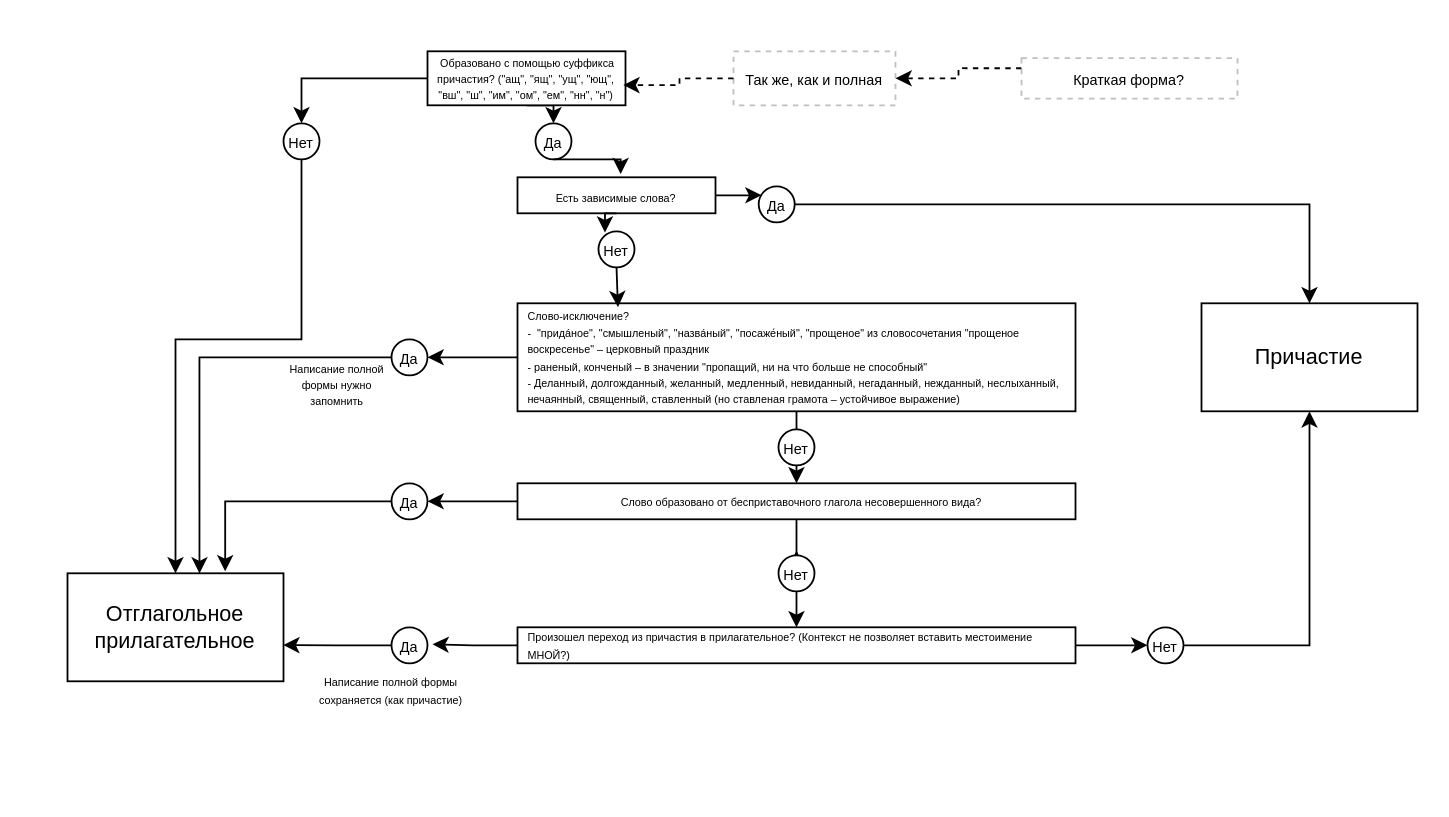
Earlier version of the draw.io diagram app/public/diagrams/ru/01/01.drawio.xml (stillwaiting/zhi-shi.ai). Source tidied: cells renumbered, new cells numbered last; positions are measured from the earlier drawing's top-left corner, leaving out a move shared by most shapes. Both pictures are drawn from the tidied source at 180%, with x=0, y=0 at pixel (67, 50).
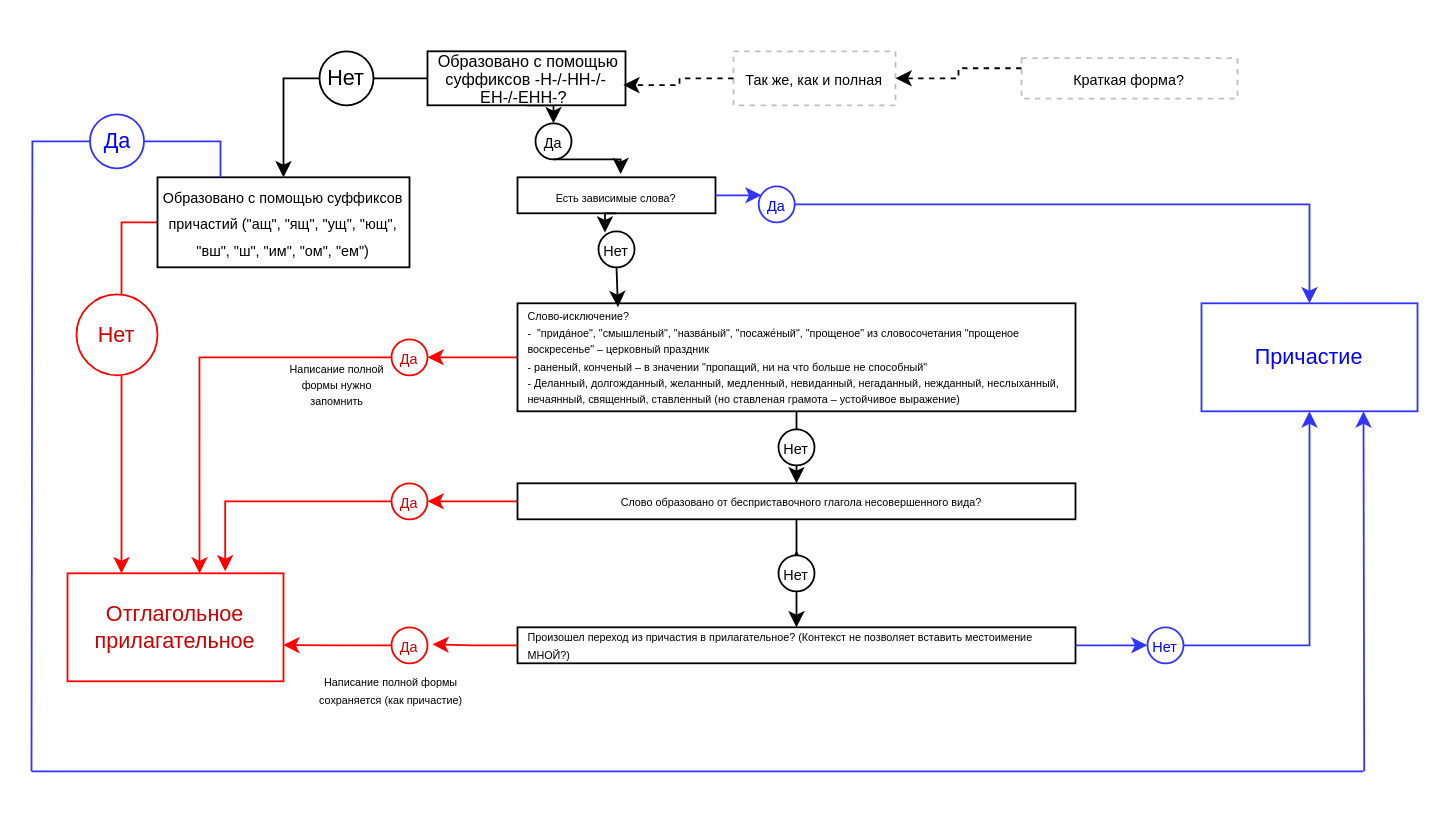
The same page after the edit.

Unchanged cells that the change refers to:
```xml
<mxCell id="8" value="&lt;font style=&quot;font-size: 6px;&quot;&gt;Есть зависимые слова?&lt;br&gt;&lt;/font&gt;" style="rounded=0;whiteSpace=wrap;html=1;spacing=1;verticalAlign=middle;" parent="1" vertex="1">
  <mxGeometry x="250" y="70" width="110" height="20" as="geometry" />
</mxCell>
<mxCell id="13" value="&lt;div style=&quot;text-align: left; line-height: 60%;&quot;&gt;&lt;span style=&quot;background-color: initial; font-size: 6px;&quot;&gt;Слово-исключение?&amp;nbsp;&lt;/span&gt;&lt;/div&gt;&lt;div style=&quot;text-align: left; line-height: 60%;&quot;&gt;&lt;span style=&quot;font-size: 6px; background-color: initial;&quot;&gt;-&amp;nbsp; &quot;придáное&quot;, &quot;смышленый&quot;, &quot;назвáный&quot;, &quot;посаже́ный&quot;, &quot;прощеное&quot; из словосочетания &quot;прощеное воскресенье&quot; – церковный праздник&lt;/span&gt;&lt;/div&gt;&lt;font style=&quot;&quot;&gt;&lt;div style=&quot;text-align: left; line-height: 60%;&quot;&gt;&lt;span style=&quot;font-size: 6px;&quot;&gt;- раненый, конченый – в значении &quot;пропащий, ни на что больше не способный&quot;&lt;/span&gt;&lt;/div&gt;&lt;div style=&quot;text-align: left; line-height: 60%;&quot;&gt;&lt;span style=&quot;font-size: 6px;&quot;&gt;- Деланный, долгожданный, желанный, медленный, невиданный, негаданный, нежданный, неслыханный, нечаянный, священный, ставленный (но ставленая грамота – устойчивое выражение)&lt;/span&gt;&lt;/div&gt;&lt;/font&gt;" style="rounded=0;whiteSpace=wrap;html=1;spacing=1;verticalAlign=middle;perimeterSpacing=0;strokeWidth=1;spacingLeft=6;" parent="1" vertex="1">
  <mxGeometry x="250" y="140" width="310" height="60" as="geometry" />
</mxCell>
<mxCell id="17" value="&lt;div style=&quot;text-align: left; line-height: 60%;&quot;&gt;&lt;span style=&quot;font-size: 6px;&quot;&gt;Слово образовано от бесприставочного глагола несовершенного вида?&lt;/span&gt;&lt;/div&gt;" style="rounded=0;whiteSpace=wrap;html=1;spacing=1;verticalAlign=middle;perimeterSpacing=0;strokeWidth=1;spacingLeft=6;" parent="1" vertex="1">
  <mxGeometry x="250" y="240" width="310" height="20" as="geometry" />
</mxCell>
<mxCell id="20" value="&lt;div style=&quot;text-align: left; line-height: 60%;&quot;&gt;&lt;span style=&quot;font-size: 6px;&quot;&gt;Произошел переход из причастия в прилагательное? (Контекст не позволяет вставить местоимение МНОЙ?)&lt;/span&gt;&lt;/div&gt;" style="rounded=0;whiteSpace=wrap;html=1;spacing=1;verticalAlign=middle;perimeterSpacing=0;strokeWidth=1;spacingLeft=6;" parent="1" vertex="1">
  <mxGeometry x="250" y="320" width="310" height="20" as="geometry" />
</mxCell>
```

What changed in the source:
```diff
@@
-    <mxCell id="2" style="edgeStyle=orthogonalEdgeStyle;rounded=0;jettySize=auto;html=1;exitX=0;exitY=0.5;exitDx=0;exitDy=0;" parent="1" edge="1" source="4" target="6">
-      <mxGeometry relative="1" as="geometry" />
-    </mxCell>
@@
+    <mxCell id="44" style="edgeStyle=orthogonalEdgeStyle;rounded=0;jettySize=auto;html=1;exitX=0;exitY=0.5;exitDx=0;exitDy=0;entryX=0.5;entryY=0;entryDx=0;entryDy=0;" parent="1" edge="1" source="4" target="48">
+      <mxGeometry relative="1" as="geometry" />
+    </mxCell>
-    <mxCell id="4" value="&lt;p style=&quot;line-height: 60%;&quot;&gt;&lt;font style=&quot;font-size: 6px;&quot;&gt;&amp;nbsp;Образовано с помощью суффикса причастия? (&quot;ащ&quot;, &quot;ящ&quot;, &quot;ущ&quot;, &quot;ющ&quot;, &quot;вш&quot;, &quot;ш&quot;, &quot;им&quot;, &quot;ом&quot;, &quot;ем&quot;, &quot;нн&quot;, &quot;н&quot;)&lt;/font&gt;&lt;/p&gt;" style="rounded=0;whiteSpace=wrap;html=1;spacing=1;verticalAlign=middle;" parent="1" vertex="1">
+    <mxCell id="4" value="&lt;p style=&quot;line-height: 90%;&quot;&gt;&lt;font style=&quot;font-size: 9px;&quot;&gt;&amp;nbsp;Образовано с помощью суффиксов -Н-/-НН-/-ЕН-/-ЕНН-?&amp;nbsp;&lt;/font&gt;&lt;/p&gt;" style="rounded=0;whiteSpace=wrap;html=1;spacing=1;verticalAlign=middle;fontSize=10;align=center;" parent="1" vertex="1">
       <mxGeometry x="200" width="110" height="30" as="geometry" />
     </mxCell>
-    <mxCell id="5" style="edgeStyle=orthogonalEdgeStyle;rounded=0;jettySize=auto;html=1;exitX=0.5;exitY=1;exitDx=0;exitDy=0;" parent="1" edge="1" source="6" target="24">
-      <mxGeometry relative="1" as="geometry">
-        <Array as="points">
-          <mxPoint x="130" y="160" />
-          <mxPoint x="60" y="160" />
-        </Array>
-      </mxGeometry>
-    </mxCell>
-    <mxCell id="6" value="&lt;font style=&quot;font-size: 8px;&quot;&gt;Нет&lt;/font&gt;" style="ellipse;whiteSpace=wrap;html=1;" parent="1" vertex="1">
-      <mxGeometry x="120" y="40" width="20" height="20" as="geometry" />
-    </mxCell>
@@
-    <mxCell id="9" style="edgeStyle=orthogonalEdgeStyle;rounded=0;jettySize=auto;html=1;exitX=1;exitY=0.5;exitDx=0;exitDy=0;entryX=0.5;entryY=0;entryDx=0;entryDy=0;" parent="1" edge="1" source="10" target="25">
+    <mxCell id="9" style="edgeStyle=orthogonalEdgeStyle;rounded=0;jettySize=auto;html=1;exitX=1;exitY=0.5;exitDx=0;exitDy=0;entryX=0.5;entryY=0;entryDx=0;entryDy=0;strokeColor=#3333FF;fontColor=#0000FF;" parent="1" edge="1" source="10" target="25">
       <mxGeometry relative="1" as="geometry" />
     </mxCell>
-    <mxCell id="10" value="&lt;font style=&quot;font-size: 8px;&quot;&gt;Да&lt;/font&gt;" style="ellipse;whiteSpace=wrap;html=1;" parent="1" vertex="1">
+    <mxCell id="10" value="&lt;font style=&quot;font-size: 8px;&quot;&gt;Да&lt;/font&gt;" style="ellipse;whiteSpace=wrap;html=1;strokeColor=#3333FF;fontColor=#0000FF;" parent="1" vertex="1">
       <mxGeometry x="384" y="75" width="20" height="20" as="geometry" />
     </mxCell>
-    <mxCell id="11" style="edgeStyle=orthogonalEdgeStyle;rounded=0;jettySize=auto;html=1;exitX=0;exitY=0.5;exitDx=0;exitDy=0;" parent="1" edge="1" source="13" target="14">
+    <mxCell id="11" style="edgeStyle=orthogonalEdgeStyle;rounded=0;jettySize=auto;html=1;exitX=0;exitY=0.5;exitDx=0;exitDy=0;fontColor=#CC0000;strokeColor=#FF0000;" parent="1" edge="1" source="13" target="14">
       <mxGeometry relative="1" as="geometry" />
     </mxCell>
@@
-    <mxCell id="14" value="&lt;font style=&quot;font-size: 8px;&quot;&gt;Да&lt;/font&gt;" style="ellipse;whiteSpace=wrap;html=1;" parent="1" vertex="1">
+    <mxCell id="14" value="&lt;font style=&quot;font-size: 8px;&quot;&gt;Да&lt;/font&gt;" style="ellipse;whiteSpace=wrap;html=1;fontColor=#CC0000;strokeColor=#FF0000;" parent="1" vertex="1">
       <mxGeometry x="180" y="160" width="20" height="20" as="geometry" />
     </mxCell>
@@
-    <mxCell id="16" style="edgeStyle=orthogonalEdgeStyle;rounded=0;jettySize=auto;html=1;exitX=0;exitY=0.5;exitDx=0;exitDy=0;entryX=1;entryY=0.5;entryDx=0;entryDy=0;" parent="1" edge="1" source="17" target="18">
+    <mxCell id="16" style="edgeStyle=orthogonalEdgeStyle;rounded=0;jettySize=auto;html=1;exitX=0;exitY=0.5;exitDx=0;exitDy=0;entryX=1;entryY=0.5;entryDx=0;entryDy=0;fontColor=#CC0000;strokeColor=#FF0000;" parent="1" edge="1" source="17" target="18">
       <mxGeometry relative="1" as="geometry" />
     </mxCell>
@@
-    <mxCell id="18" value="&lt;font style=&quot;font-size: 8px;&quot;&gt;Да&lt;/font&gt;" style="ellipse;whiteSpace=wrap;html=1;" parent="1" vertex="1">
+    <mxCell id="18" value="&lt;font style=&quot;font-size: 8px;&quot;&gt;Да&lt;/font&gt;" style="ellipse;whiteSpace=wrap;html=1;fontColor=#CC0000;strokeColor=#FF0000;" parent="1" vertex="1">
       <mxGeometry x="180" y="240" width="20" height="20" as="geometry" />
     </mxCell>
-    <mxCell id="19" style="edgeStyle=orthogonalEdgeStyle;rounded=0;jettySize=auto;html=1;exitX=1;exitY=0.5;exitDx=0;exitDy=0;entryX=0;entryY=0.5;entryDx=0;entryDy=0;" parent="1" edge="1" source="20" target="23">
+    <mxCell id="19" style="edgeStyle=orthogonalEdgeStyle;rounded=0;jettySize=auto;html=1;exitX=1;exitY=0.5;exitDx=0;exitDy=0;entryX=0;entryY=0.5;entryDx=0;entryDy=0;strokeColor=#3333FF;fontColor=#0000FF;" parent="1" edge="1" source="20" target="23">
       <mxGeometry relative="1" as="geometry" />
     </mxCell>
@@
-    <mxCell id="21" value="&lt;font style=&quot;font-size: 8px;&quot;&gt;Да&lt;/font&gt;" style="ellipse;whiteSpace=wrap;html=1;" parent="1" vertex="1">
+    <mxCell id="21" value="&lt;font style=&quot;font-size: 8px;&quot;&gt;Да&lt;/font&gt;" style="ellipse;whiteSpace=wrap;html=1;fontColor=#CC0000;strokeColor=#FF0000;" parent="1" vertex="1">
       <mxGeometry x="180" y="320" width="20" height="20" as="geometry" />
     </mxCell>
-    <mxCell id="22" style="edgeStyle=orthogonalEdgeStyle;rounded=0;jettySize=auto;html=1;exitX=1;exitY=0.5;exitDx=0;exitDy=0;" parent="1" edge="1" source="23" target="25">
+    <mxCell id="22" style="edgeStyle=orthogonalEdgeStyle;rounded=0;jettySize=auto;html=1;exitX=1;exitY=0.5;exitDx=0;exitDy=0;strokeColor=#3333FF;fontColor=#0000FF;" parent="1" edge="1" source="23" target="25">
       <mxGeometry relative="1" as="geometry" />
     </mxCell>
-    <mxCell id="23" value="&lt;span style=&quot;font-size: 8px;&quot;&gt;Нет&lt;/span&gt;" style="ellipse;whiteSpace=wrap;html=1;" parent="1" vertex="1">
+    <mxCell id="23" value="&lt;span style=&quot;font-size: 8px;&quot;&gt;Нет&lt;/span&gt;" style="ellipse;whiteSpace=wrap;html=1;strokeColor=#3333FF;fontColor=#0000FF;" parent="1" vertex="1">
       <mxGeometry x="600" y="320" width="20" height="20" as="geometry" />
     </mxCell>
-    <mxCell id="24" value="Отглагольное прилагательное" style="rounded=0;whiteSpace=wrap;html=1;" parent="1" vertex="1">
+    <mxCell id="24" value="Отглагольное прилагательное" style="rounded=0;whiteSpace=wrap;html=1;fontColor=#CC0000;strokeColor=#FF0000;" parent="1" vertex="1">
       <mxGeometry y="290" width="120" height="60" as="geometry" />
     </mxCell>
+    <mxCell id="45" style="edgeStyle=none;rounded=0;jettySize=auto;html=1;exitX=0.75;exitY=1;exitDx=0;exitDy=0;endArrow=none;endFill=0;startArrow=classic;startFill=1;strokeColor=#3333FF;fontColor=#0000FF;" parent="1" edge="1" source="25">
+      <mxGeometry relative="1" as="geometry">
+        <mxPoint x="720.4" y="400" as="targetPoint" />
+      </mxGeometry>
+    </mxCell>
-    <mxCell id="25" value="Причастие" style="rounded=0;whiteSpace=wrap;html=1;" parent="1" vertex="1">
+    <mxCell id="25" value="Причастие" style="rounded=0;whiteSpace=wrap;html=1;strokeColor=#3333FF;fontColor=#0000FF;" parent="1" vertex="1">
       <mxGeometry x="630" y="140" width="120" height="60" as="geometry" />
     </mxCell>
@@
-    <mxCell id="27" style="edgeStyle=orthogonalEdgeStyle;rounded=0;jettySize=auto;html=1;exitX=1;exitY=0.5;exitDx=0;exitDy=0;entryX=0.081;entryY=0.261;entryDx=0;entryDy=0;entryPerimeter=0;" parent="1" edge="1" source="8" target="10">
+    <mxCell id="27" style="edgeStyle=orthogonalEdgeStyle;rounded=0;jettySize=auto;html=1;exitX=1;exitY=0.5;exitDx=0;exitDy=0;entryX=0.081;entryY=0.261;entryDx=0;entryDy=0;entryPerimeter=0;strokeColor=#3333FF;fontColor=#0000FF;" parent="1" edge="1" source="8" target="10">
       <mxGeometry relative="1" as="geometry" />
     </mxCell>
-    <mxCell id="28" style="edgeStyle=orthogonalEdgeStyle;rounded=0;jettySize=auto;html=1;exitX=0;exitY=0.5;exitDx=0;exitDy=0;entryX=0.611;entryY=0.001;entryDx=0;entryDy=0;entryPerimeter=0;" parent="1" edge="1" source="14" target="24">
+    <mxCell id="28" style="edgeStyle=orthogonalEdgeStyle;rounded=0;jettySize=auto;html=1;exitX=0;exitY=0.5;exitDx=0;exitDy=0;entryX=0.611;entryY=0.001;entryDx=0;entryDy=0;entryPerimeter=0;fontColor=#CC0000;strokeColor=#FF0000;" parent="1" edge="1" source="14" target="24">
       <mxGeometry relative="1" as="geometry" />
     </mxCell>
-    <mxCell id="29" style="edgeStyle=orthogonalEdgeStyle;rounded=0;jettySize=auto;html=1;exitX=0;exitY=0.5;exitDx=0;exitDy=0;entryX=0.73;entryY=-0.018;entryDx=0;entryDy=0;entryPerimeter=0;" parent="1" edge="1" source="18" target="24">
+    <mxCell id="29" style="edgeStyle=orthogonalEdgeStyle;rounded=0;jettySize=auto;html=1;exitX=0;exitY=0.5;exitDx=0;exitDy=0;entryX=0.73;entryY=-0.018;entryDx=0;entryDy=0;entryPerimeter=0;fontColor=#CC0000;strokeColor=#FF0000;" parent="1" edge="1" source="18" target="24">
       <mxGeometry relative="1" as="geometry" />
     </mxCell>
-    <mxCell id="30" style="edgeStyle=orthogonalEdgeStyle;rounded=0;jettySize=auto;html=1;exitX=0;exitY=0.5;exitDx=0;exitDy=0;entryX=0.999;entryY=0.664;entryDx=0;entryDy=0;entryPerimeter=0;" parent="1" edge="1" source="21" target="24">
+    <mxCell id="30" style="edgeStyle=orthogonalEdgeStyle;rounded=0;jettySize=auto;html=1;exitX=0;exitY=0.5;exitDx=0;exitDy=0;entryX=0.999;entryY=0.664;entryDx=0;entryDy=0;entryPerimeter=0;fontColor=#CC0000;strokeColor=#FF0000;" parent="1" edge="1" source="21" target="24">
       <mxGeometry relative="1" as="geometry" />
     </mxCell>
-    <mxCell id="31" style="edgeStyle=orthogonalEdgeStyle;rounded=0;jettySize=auto;html=1;exitX=0;exitY=0.5;exitDx=0;exitDy=0;entryX=1.138;entryY=0.472;entryDx=0;entryDy=0;entryPerimeter=0;" parent="1" edge="1" source="20" target="21">
+    <mxCell id="31" style="edgeStyle=orthogonalEdgeStyle;rounded=0;jettySize=auto;html=1;exitX=0;exitY=0.5;exitDx=0;exitDy=0;entryX=1.138;entryY=0.472;entryDx=0;entryDy=0;entryPerimeter=0;fontColor=#CC0000;strokeColor=#FF0000;" parent="1" edge="1" source="20" target="21">
       <mxGeometry relative="1" as="geometry" />
     </mxCell>
@@
+    <mxCell id="46" style="edgeStyle=orthogonalEdgeStyle;rounded=0;jettySize=auto;html=1;exitX=0;exitY=0.5;exitDx=0;exitDy=0;entryX=0.25;entryY=0;entryDx=0;entryDy=0;fontColor=#CC0000;strokeColor=#FF0000;" parent="1" edge="1" source="48" target="24">
+      <mxGeometry relative="1" as="geometry" />
+    </mxCell>
+    <mxCell id="47" style="edgeStyle=orthogonalEdgeStyle;rounded=0;jettySize=auto;html=1;exitX=0;exitY=0.5;exitDx=0;exitDy=0;endArrow=none;endFill=0;strokeColor=#3333FF;fontColor=#0000FF;" parent="1" edge="1" source="53">
+      <mxGeometry relative="1" as="geometry">
+        <mxPoint x="-20" y="400" as="targetPoint" />
+      </mxGeometry>
+    </mxCell>
+    <mxCell id="48" value="&lt;font style=&quot;font-size: 8px;&quot;&gt;Образовано с помощью суффиксов причастий&amp;nbsp;(&quot;ащ&quot;, &quot;ящ&quot;, &quot;ущ&quot;, &quot;ющ&quot;, &quot;вш&quot;, &quot;ш&quot;, &quot;им&quot;, &quot;ом&quot;, &quot;ем&quot;)&lt;/font&gt;" style="rounded=0;whiteSpace=wrap;html=1;" parent="1" vertex="1">
+      <mxGeometry x="50" y="70" width="140" height="50" as="geometry" />
+    </mxCell>
+    <mxCell id="49" value="Нет" style="ellipse;whiteSpace=wrap;html=1;fontColor=#CC0000;strokeColor=#FF0000;" parent="1" vertex="1">
+      <mxGeometry x="5" y="135" width="45" height="45" as="geometry" />
+    </mxCell>
+    <mxCell id="50" value="Нет" style="ellipse;whiteSpace=wrap;html=1;" parent="1" vertex="1">
+      <mxGeometry x="140" width="30" height="30" as="geometry" />
+    </mxCell>
+    <mxCell id="51" style="endArrow=none;html=1;rounded=0;strokeColor=#3333FF;fontColor=#0000FF;" parent="1" edge="1">
+      <mxGeometry relative="1" as="geometry">
+        <mxPoint x="-20" y="400" as="sourcePoint" />
+        <mxPoint x="720" y="400" as="targetPoint" />
+      </mxGeometry>
+    </mxCell>
+    <mxCell id="52" style="edgeStyle=orthogonalEdgeStyle;rounded=0;jettySize=auto;html=1;exitX=0.25;exitY=0;exitDx=0;exitDy=0;endArrow=none;endFill=0;strokeColor=#3333FF;fontColor=#0000FF;" parent="1" edge="1" source="48" target="53">
+      <mxGeometry relative="1" as="geometry">
+        <Array as="points">
+          <mxPoint x="85" y="50" />
+        </Array>
+      </mxGeometry>
+    </mxCell>
+    <mxCell id="53" value="Да" style="ellipse;whiteSpace=wrap;html=1;strokeColor=#3333FF;fontColor=#0000FF;" parent="1" vertex="1">
+      <mxGeometry x="12.5" y="35" width="30" height="30" as="geometry" />
+    </mxCell>
```
